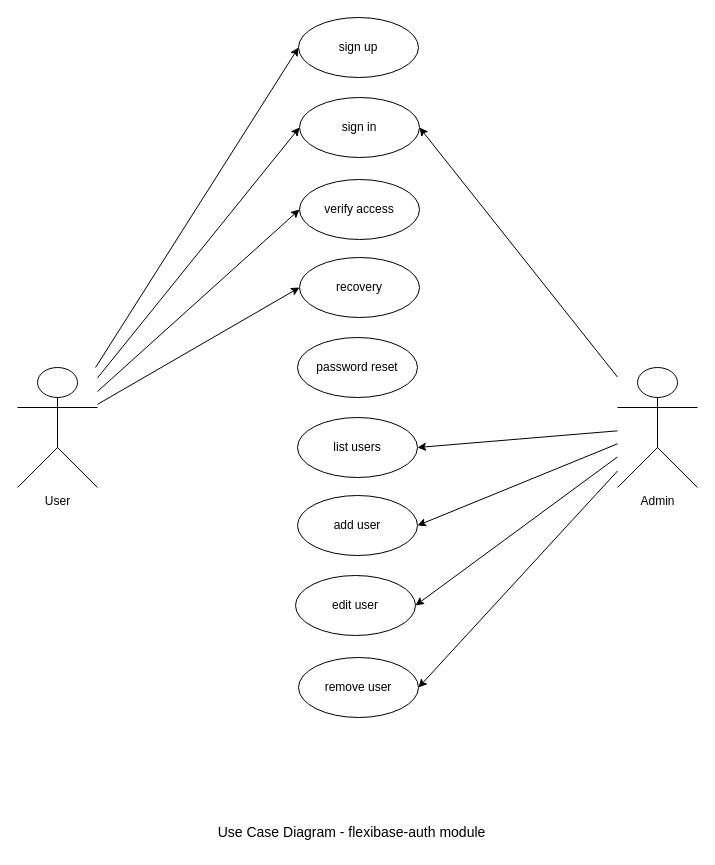
Above: use_case_diagram_flexibase_auth.drawio in ModularMinds/flexibase-docs (draw.io), before the change. Source tidied: cells renumbered, new cells numbered last; positions are measured from the earlier drawing's top-left corner, leaving out a move shared by most shapes. Both pictures are drawn from the tidied source at 100%, with x=0, y=0 at pixel (17, 17).
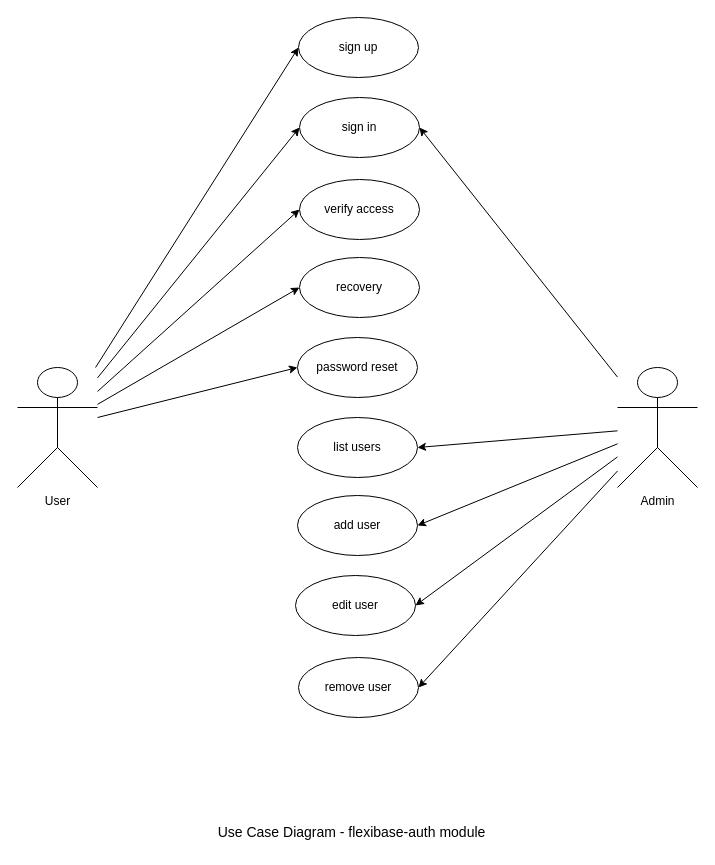
After the change.

The change refers to these unchanged cells:
```xml
<mxCell id="2" value="User" style="shape=umlActor;verticalLabelPosition=bottom;verticalAlign=top;html=1;outlineConnect=0;" parent="1" vertex="1">
  <mxGeometry y="350" width="80" height="120" as="geometry" />
</mxCell>
<mxCell id="8" value="password reset" style="ellipse;whiteSpace=wrap;html=1;align=center;" parent="1" vertex="1">
  <mxGeometry x="280" y="320" width="120" height="60" as="geometry" />
</mxCell>
```

Change to the diagram source:
```diff
@@
+    <mxCell id="23" style="endArrow=classic;html=1;rounded=0;entryX=0;entryY=0.5;entryDx=0;entryDy=0;" parent="1" edge="1" source="2" target="8">
+      <mxGeometry relative="1" as="geometry" />
+    </mxCell>
```
